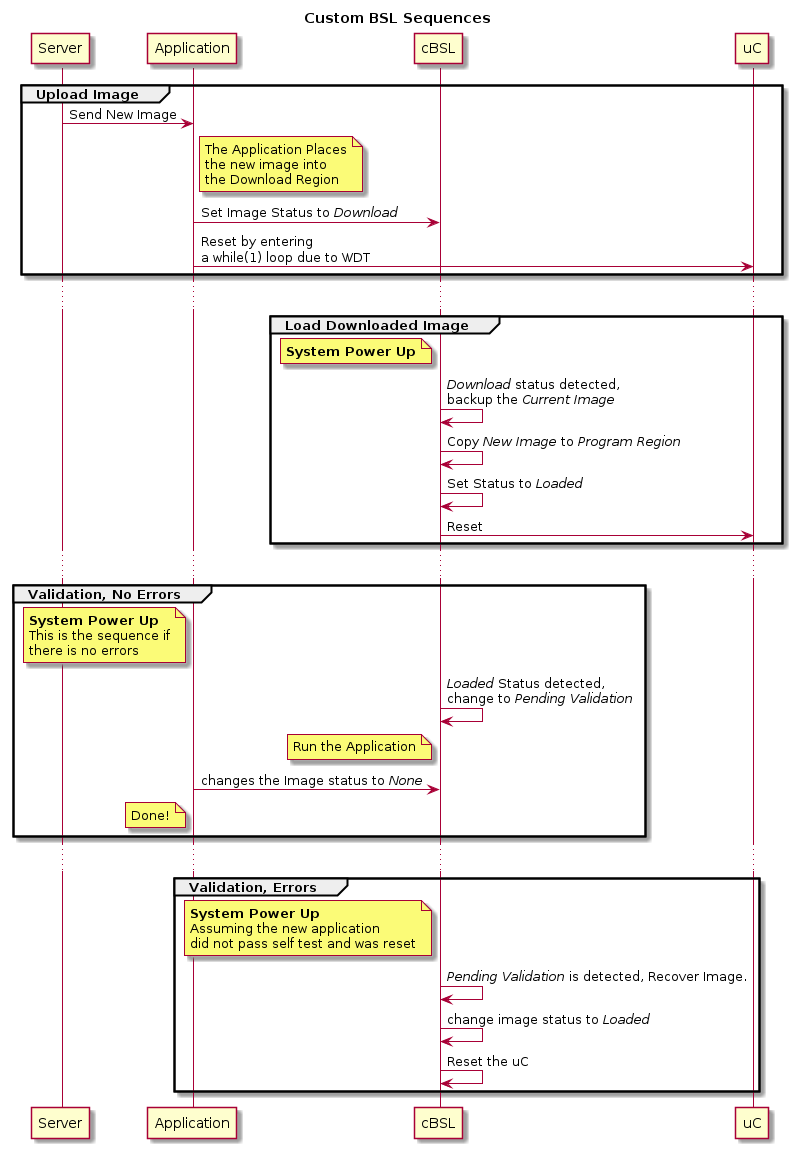
This is otp/uml/concept.png from sittim/msp430-OTP, a PlantUML export, as it was before one commit. Its source is kept beside it as otp/uml/concept.wsd.
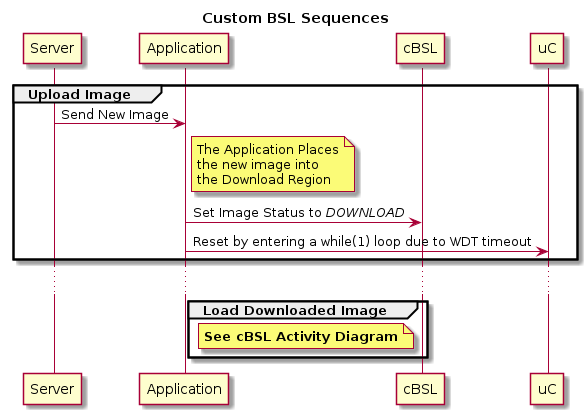
The same file after the commit.

Change to the diagram source:
```diff
@@ -12,7 +12,7 @@
         the Download Region
     end note
 
-    Application -> cBSL: Set Image Status to //Download//
+    Application -> cBSL: Set Image Status to //DOWNLOAD//
 
     Application -> uC: Reset by entering a while(1) loop due to WDT timeout
 end
@@ -21,64 +21,8 @@
 
 group Load Downloaded Image
     note left of cBSL
-        **System Power Up**
+        **See cBSL Activity Diagram**
     end note
-
-    cBSL -> cBSL: //Download// status detected,\nbackup the //Current Image//
-
-    cBSL -> cBSL: Copy //New Image// to //Program Region//
-
-    cBSL -> cBSL: Set Status to //Loaded//
-
-    cBSL -> uC: Reset
-
-end
-
-...
-
-group Validation, No Errors
-
-    note left of Application
-        **System Power Up**
-        This is the sequence if
-        there is no errors
-    end note
-
-    cBSL -> cBSL: //Loaded// Status detected,\nchange to //Pending Validation//
-
-    note left of cBSL
-        Run the Application
-    end note
-
-    Application -> cBSL: changes the Image status to //None//
-
-    note left of Application
-        Done!
-    end note
-
-end
-
-...
-
-group Validation, Errors
-
-    note left of cBSL
-        **System Power Up**
-        Assuming the new application
-        did not pass self test and was reset
-    end note
-
-    cBSL -> cBSL: //Pending Validation// is detected, Recover Image.
-
-    cBSL -> cBSL: change image status to //Loaded//
-
-    cBSL -> uC: Reset the uC
-
-    note left of cBSL
-        Will continue to cycle till
-        sucessfull validation
-    end note
-
 end
 
 @enduml
```
